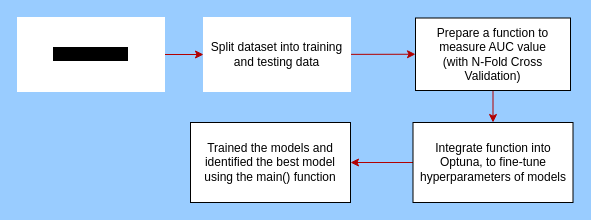
Before: diagram.drawio in AsJayTee/IT1244-Fraud-Analysis, a draw.io diagram. Source tidied: cells renumbered, new cells numbered last; positions are measured from the earlier drawing's top-left corner, leaving out a move shared by most shapes. Both pictures are drawn from the tidied source at 100%, with x=0, y=0 at pixel (17, 17).
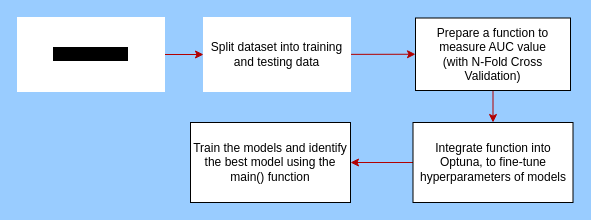
The same diagram, later.

Commit message:
made some changes to the diagram

Change to the diagram source:
```diff
@@
 <mxGraphModel background="#99CCFF">
   <root>
     <mxCell id="0" />
     <mxCell id="1" parent="0" />
     <mxCell id="2" style="edgeStyle=none;html=1;fillColor=#e51400;strokeColor=#B20000;" parent="1" edge="1" source="3" target="10">
       <mxGeometry relative="1" as="geometry" />
     </mxCell>
     <mxCell id="3" value="&lt;span style=&quot;background-color: rgb(0, 0, 0);&quot;&gt;Process Data&amp;nbsp;&lt;/span&gt;" style="rounded=0;whiteSpace=wrap;html=1;fontColor=default;labelBackgroundColor=none;strokeColor=#FFFFFF;" parent="1" vertex="1">
       <mxGeometry width="147" height="74" as="geometry" />
     </mxCell>
     <mxCell id="4" style="edgeStyle=none;html=1;entryX=1;entryY=0.5;entryDx=0;entryDy=0;fillColor=#e51400;strokeColor=#B20000;" parent="1" edge="1" source="5" target="6">
       <mxGeometry relative="1" as="geometry" />
     </mxCell>
     <mxCell id="5" value="Integrate function into Optuna, to fine-tune hyperparameters of models" style="rounded=0;whiteSpace=wrap;html=1;" parent="1" vertex="1">
       <mxGeometry x="395.5" y="105" width="160" height="80" as="geometry" />
     </mxCell>
-    <mxCell id="6" value="Trained the models and identified the best model using the main() function" style="rounded=0;whiteSpace=wrap;html=1;" parent="1" vertex="1">
+    <mxCell id="6" value="Train the models and identify the best model using the main() function" style="rounded=0;whiteSpace=wrap;html=1;" parent="1" vertex="1">
       <mxGeometry x="173" y="105" width="160" height="80" as="geometry" />
     </mxCell>
     <mxCell id="7" style="edgeStyle=none;html=1;fillColor=#e51400;strokeColor=#B20000;" parent="1" edge="1" source="8" target="5">
       <mxGeometry relative="1" as="geometry" />
     </mxCell>
     <mxCell id="8" value="Prepare a function to measure AUC value &lt;br&gt;(with N-Fold Cross Validation)" style="rounded=0;whiteSpace=wrap;html=1;" parent="1" vertex="1">
       <mxGeometry x="398" y="0.5" width="155" height="72.5" as="geometry" />
     </mxCell>
     <mxCell id="9" style="edgeStyle=none;html=1;entryX=0;entryY=0.5;entryDx=0;entryDy=0;fillColor=#e51400;strokeColor=#B20000;" parent="1" edge="1" source="10" target="8">
       <mxGeometry relative="1" as="geometry" />
     </mxCell>
     <mxCell id="10" value="Split dataset into training and testing data" style="rounded=0;whiteSpace=wrap;html=1;fontColor=default;labelBackgroundColor=none;strokeColor=#FFFFFF;" parent="1" vertex="1">
       <mxGeometry x="186" width="147" height="74" as="geometry" />
     </mxCell>
   </root>
 </mxGraphModel>
```
